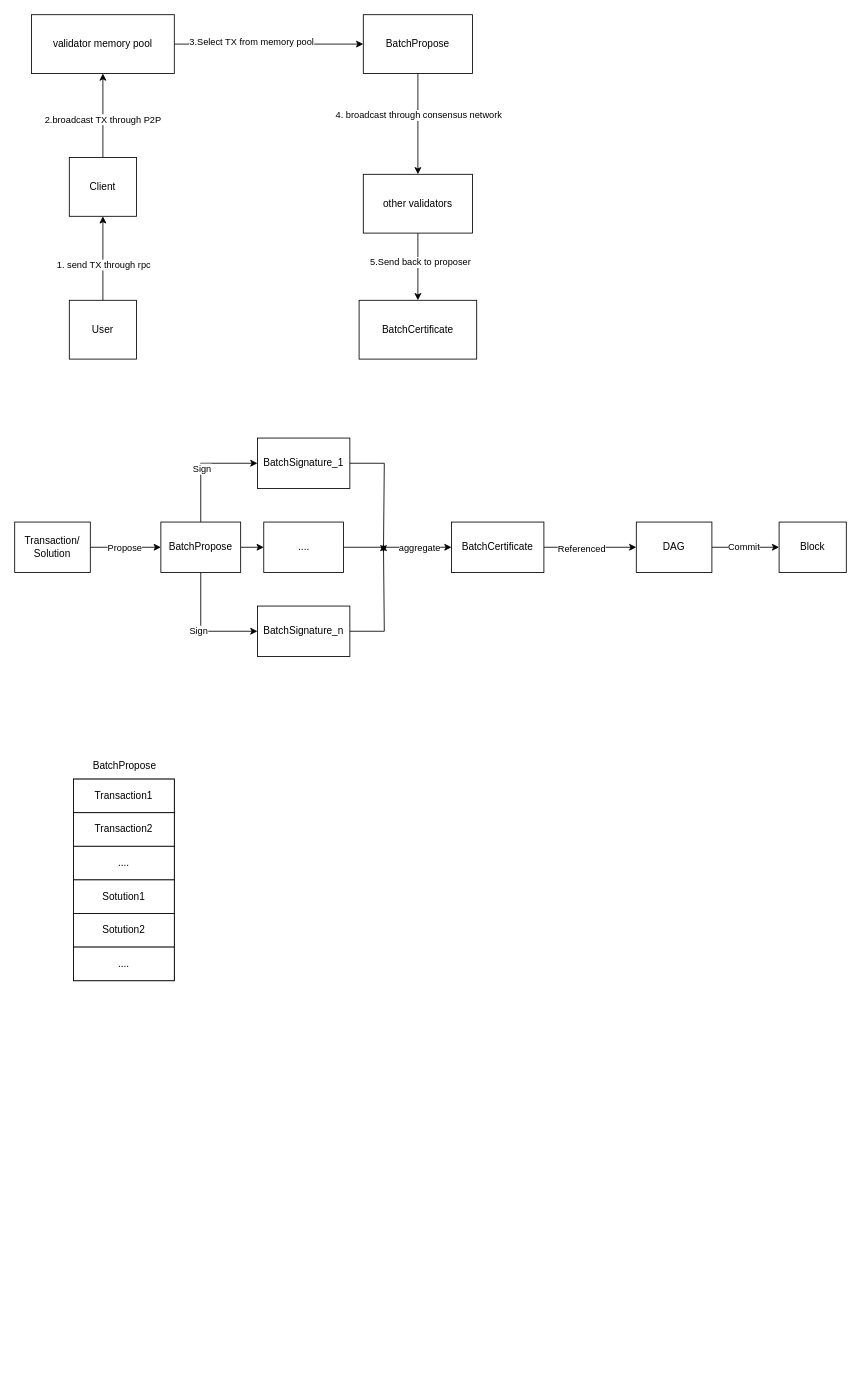
Before: tx_lifecycle.drawio in ghostant-1017/draw-io, a draw.io diagram. Source tidied: cells renumbered, new cells numbered last; positions are measured from the earlier drawing's top-left corner, leaving out a move shared by most shapes. Both pictures are drawn from the tidied source at 84%, with x=0, y=0 at pixel (14, 14).
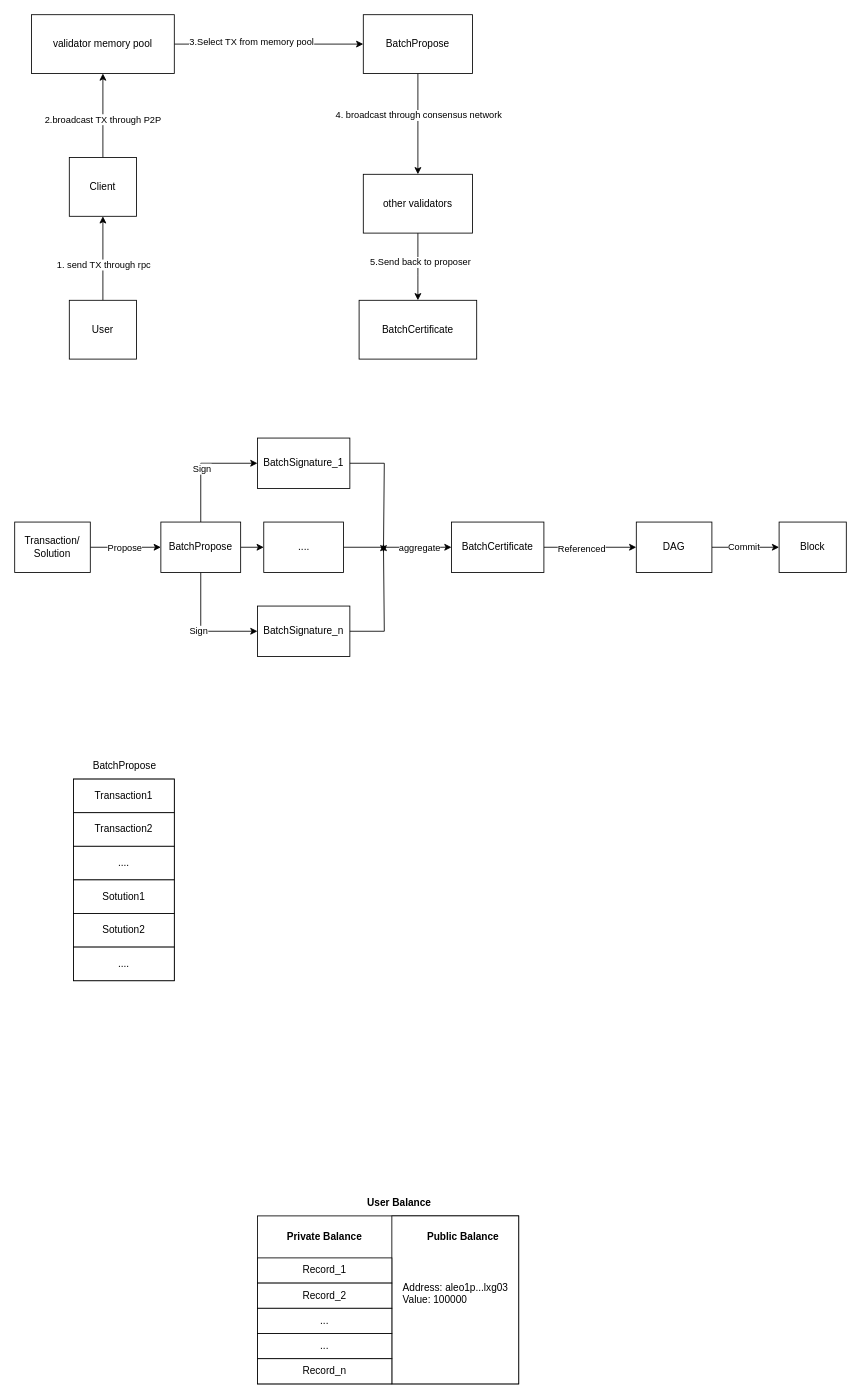
After the change.

The edit, as a diff of the source:
```diff
@@
+    <mxCell id="49" style="rounded=0;whiteSpace=wrap;html=1;" parent="1" vertex="1">
+      <mxGeometry x="289" y="1430" width="311" height="200" as="geometry" />
+    </mxCell>
+    <mxCell id="50" value="&lt;b&gt;User Balance&lt;/b&gt;" style="text;html=1;align=center;verticalAlign=middle;whiteSpace=wrap;rounded=0;" parent="1" vertex="1">
+      <mxGeometry x="415" y="1400" width="86" height="30" as="geometry" />
+    </mxCell>
+    <mxCell id="51" value="&lt;b&gt;Private Balance&lt;/b&gt;" style="text;html=1;align=center;verticalAlign=middle;whiteSpace=wrap;rounded=0;" parent="1" vertex="1">
+      <mxGeometry x="319" y="1440" width="100" height="30" as="geometry" />
+    </mxCell>
+    <mxCell id="52" value="&lt;div style=&quot;text-align: left;&quot;&gt;&lt;br&gt;&lt;/div&gt;" style="rounded=0;whiteSpace=wrap;html=1;" parent="1" vertex="1">
+      <mxGeometry x="449" y="1430" width="151" height="200" as="geometry" />
+    </mxCell>
+    <mxCell id="53" value="&lt;b&gt;Public Balance&lt;/b&gt;" style="text;html=1;align=center;verticalAlign=middle;whiteSpace=wrap;rounded=0;" parent="1" vertex="1">
+      <mxGeometry x="484" y="1440" width="100" height="30" as="geometry" />
+    </mxCell>
+    <mxCell id="54" value="Record_1" style="rounded=0;whiteSpace=wrap;html=1;" parent="1" vertex="1">
+      <mxGeometry x="289" y="1480" width="160" height="30" as="geometry" />
+    </mxCell>
+    <mxCell id="55" value="Record_2" style="rounded=0;whiteSpace=wrap;html=1;" parent="1" vertex="1">
+      <mxGeometry x="289" y="1510" width="160" height="30" as="geometry" />
+    </mxCell>
+    <mxCell id="56" value="..." style="rounded=0;whiteSpace=wrap;html=1;" parent="1" vertex="1">
+      <mxGeometry x="289" y="1540" width="160" height="30" as="geometry" />
+    </mxCell>
+    <mxCell id="57" value="..." style="rounded=0;whiteSpace=wrap;html=1;" parent="1" vertex="1">
+      <mxGeometry x="289" y="1570" width="160" height="30" as="geometry" />
+    </mxCell>
+    <mxCell id="58" value="Record_n" style="rounded=0;whiteSpace=wrap;html=1;" parent="1" vertex="1">
+      <mxGeometry x="289" y="1600" width="160" height="30" as="geometry" />
+    </mxCell>
+    <mxCell id="59" value="&lt;div style=&quot;text-align: left;&quot;&gt;Address: aleo1p...lxg03&lt;/div&gt;&lt;div&gt;&lt;div style=&quot;text-align: left;&quot;&gt;Value: 100000&amp;nbsp;&lt;/div&gt;&lt;/div&gt;&lt;div&gt;&lt;br&gt;&lt;/div&gt;" style="text;html=1;align=center;verticalAlign=middle;whiteSpace=wrap;rounded=0;" parent="1" vertex="1">
+      <mxGeometry x="444.5" y="1515" width="160" height="30" as="geometry" />
+    </mxCell>
```
